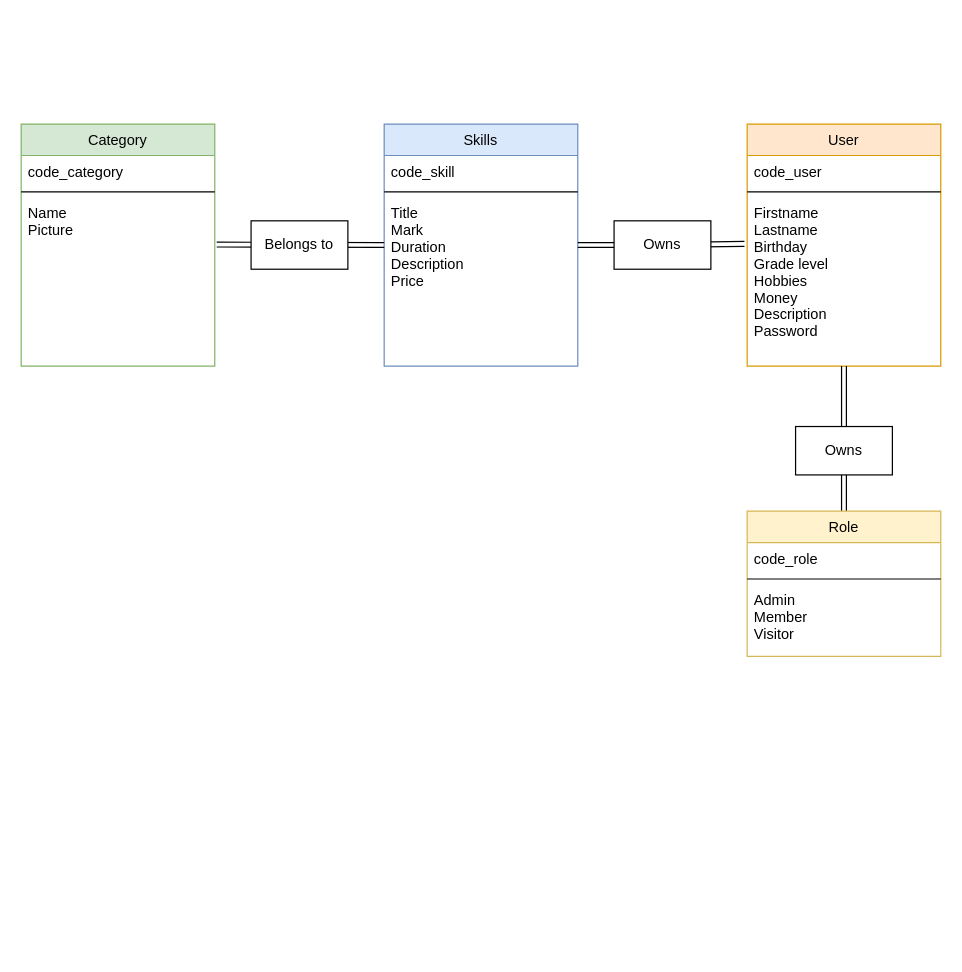
Above: SkillSwap MCD.drawio in MichaelKrakowiak/Draw.io (draw.io), before the change. Source tidied: cells renumbered, new cells numbered last; positions are measured from the earlier drawing's top-left corner, leaving out a move shared by most shapes. Both pictures are drawn from the tidied source at 121%, with x=0, y=0 at pixel (21, 123).
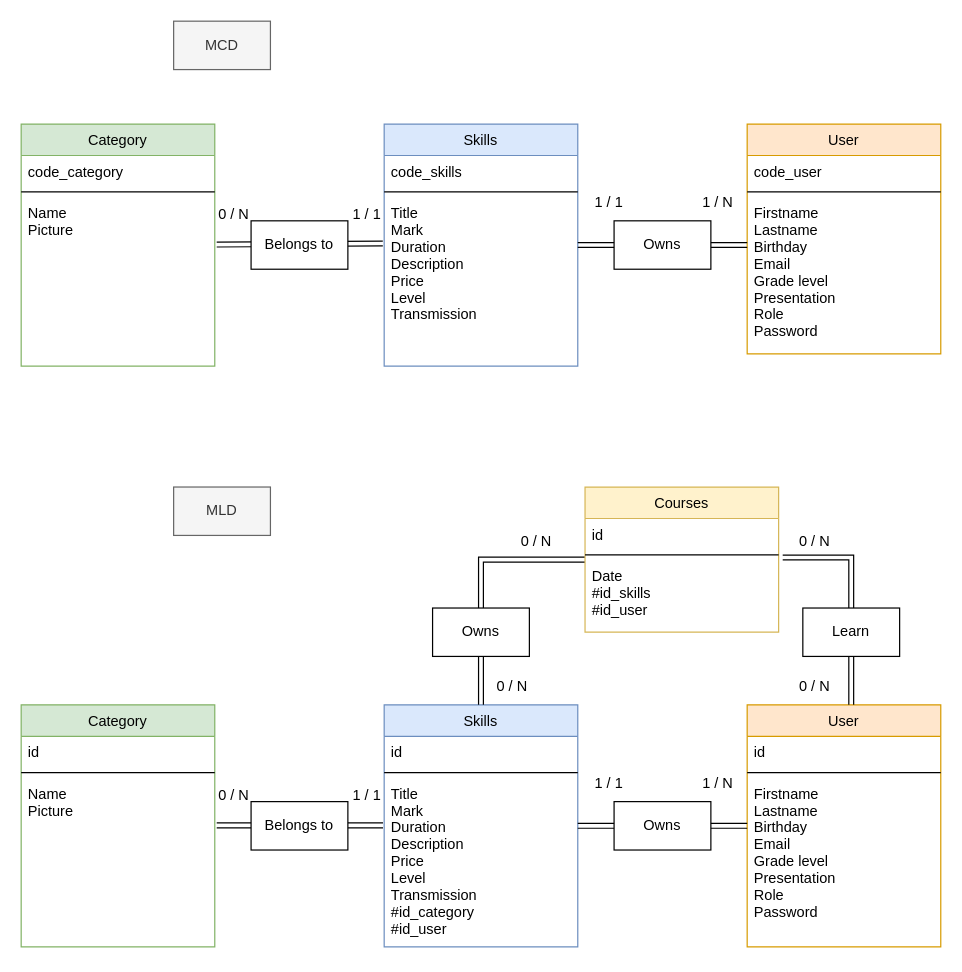
The same page after the edit.

Commit message:
Mettre à jour SkillSwap MCD/MLD.drawio

The change refers to these unchanged cells:
```xml
<mxCell id="2" value="Skills" style="swimlane;fontStyle=0;align=center;verticalAlign=top;horizontal=1;startSize=26;rounded=0;shadow=0;strokeWidth=1;fillColor=#dae8fc;strokeColor=#6c8ebf;" parent="1" vertex="1">
  <mxGeometry x="300" width="160" height="200" as="geometry" />
</mxCell>
<mxCell id="18" value="Name&#10;Picture" style="text;align=left;verticalAlign=top;spacingLeft=4;spacingRight=4;overflow=hidden;points=[[0,0.5],[1,0.5]];portConstraint=eastwest;" parent="15" vertex="1">
  <mxGeometry y="60" width="160" height="140" as="geometry" />
</mxCell>
```

Change to the diagram source:
```diff
@@
-    <mxCell id="3" value="code_skill" style="text;align=left;verticalAlign=top;spacingLeft=4;spacingRight=4;overflow=hidden;" parent="2" vertex="1">
+    <mxCell id="3" value="code_skills" style="text;align=left;verticalAlign=top;spacingLeft=4;spacingRight=4;overflow=hidden;" parent="2" vertex="1">
       <mxGeometry y="26" width="160" height="26" as="geometry" />
     </mxCell>
@@
-    <mxCell id="5" value="Title&#10;Mark&#10;Duration&#10;Description&#10;Price" style="text;align=left;verticalAlign=top;spacingLeft=4;spacingRight=4;overflow=hidden;points=[[0,0.5],[1,0.5]];portConstraint=eastwest;" parent="2" vertex="1">
-      <mxGeometry y="60" width="160" height="80" as="geometry" />
+    <mxCell id="5" value="Title&#10;Mark&#10;Duration&#10;Description&#10;Price&#10;Level&#10;Transmission" style="text;align=left;verticalAlign=top;spacingLeft=4;spacingRight=4;overflow=hidden;points=[[0,0.5],[1,0.5]];portConstraint=eastwest;" parent="2" vertex="1">
+      <mxGeometry y="60" width="160" height="120" as="geometry" />
     </mxCell>
     <mxCell id="6" value="User" style="swimlane;fontStyle=0;align=center;verticalAlign=top;horizontal=1;startSize=26;rounded=0;shadow=0;strokeWidth=1;fillColor=#ffe6cc;strokeColor=#d79b00;" parent="1" vertex="1">
-      <mxGeometry x="600" width="160" height="200" as="geometry" />
+      <mxGeometry x="600" width="160" height="190" as="geometry" />
     </mxCell>
@@
-    <mxCell id="9" value="Firstname&#10;Lastname&#10;Birthday&#10;Grade level&#10;Hobbies&#10;Money&#10;Description&#10;Password" style="text;align=left;verticalAlign=top;spacingLeft=4;spacingRight=4;overflow=hidden;points=[[0,0.5],[1,0.5]];portConstraint=eastwest;" parent="6" vertex="1">
-      <mxGeometry y="60" width="160" height="140" as="geometry" />
+    <mxCell id="9" value="Firstname&#10;Lastname&#10;Birthday&#10;Email&#10;Grade level&#10;Presentation&#10;Role&#10;Password" style="text;align=left;verticalAlign=top;spacingLeft=4;spacingRight=4;overflow=hidden;points=[[0,0.5],[1,0.5]];portConstraint=eastwest;" parent="6" vertex="1">
+      <mxGeometry y="60" width="160" height="120" as="geometry" />
     </mxCell>
-    <mxCell id="10" style="edgeStyle=none;rounded=0;jettySize=auto;html=1;shape=link;" parent="1" edge="1" source="11" target="9">
-      <mxGeometry relative="1" as="geometry" />
-    </mxCell>
-    <mxCell id="11" value="Role" style="swimlane;fontStyle=0;align=center;verticalAlign=top;horizontal=1;startSize=26;rounded=0;shadow=0;strokeWidth=1;fillColor=#fff2cc;strokeColor=#d6b656;" parent="1" vertex="1">
-      <mxGeometry x="600" y="320" width="160" height="120" as="geometry" />
-    </mxCell>
-    <mxCell id="12" value="code_role" style="text;align=left;verticalAlign=top;spacingLeft=4;spacingRight=4;overflow=hidden;" parent="11" vertex="1">
-      <mxGeometry y="26" width="160" height="26" as="geometry" />
-    </mxCell>
-    <mxCell id="13" style="line;html=1;strokeWidth=1;align=left;verticalAlign=middle;spacingTop=-1;spacingLeft=3;spacingRight=3;labelPosition=right;" parent="11" vertex="1">
-      <mxGeometry y="52" width="160" height="8" as="geometry" />
-    </mxCell>
-    <mxCell id="14" value="Admin&#10;Member&#10;Visitor" style="text;align=left;verticalAlign=top;spacingLeft=4;spacingRight=4;overflow=hidden;" parent="11" vertex="1">
-      <mxGeometry y="60" width="160" height="60" as="geometry" />
-    </mxCell>
@@
-    <mxCell id="19" style="edgeStyle=none;rounded=0;jettySize=auto;html=1;shape=link;entryX=0;entryY=0.5;entryDx=0;entryDy=0;exitX=1.01;exitY=0.283;exitDx=0;exitDy=0;exitPerimeter=0;" parent="1" edge="1" source="18" target="5">
+    <mxCell id="19" style="edgeStyle=none;rounded=0;jettySize=auto;html=1;shape=link;entryX=-0.007;entryY=0.323;entryDx=0;entryDy=0;exitX=1.01;exitY=0.283;exitDx=0;exitDy=0;exitPerimeter=0;entryPerimeter=0;" parent="1" edge="1" source="18" target="5">
       <mxGeometry relative="1" as="geometry" />
     </mxCell>
@@
-    <mxCell id="21" value="Owns" style="rounded=0;whiteSpace=wrap;html=1;" parent="1" vertex="1">
-      <mxGeometry x="640" y="250" width="80" height="40" as="geometry" />
-    </mxCell>
-    <mxCell id="22" style="edgeStyle=orthogonalEdgeStyle;rounded=0;jettySize=auto;html=1;entryX=-0.014;entryY=0.279;entryDx=0;entryDy=0;entryPerimeter=0;shape=link;" parent="1" edge="1" source="2" target="9">
-      <mxGeometry relative="1" as="geometry" />
+    <mxCell id="22" style="edgeStyle=orthogonalEdgeStyle;rounded=0;jettySize=auto;html=1;shape=link;" parent="1" edge="1" source="2">
+      <mxGeometry relative="1" as="geometry">
+        <mxPoint x="600" y="100" as="targetPoint" />
+        <Array as="points">
+          <mxPoint x="598" y="100" />
+        </Array>
+      </mxGeometry>
     </mxCell>
@@
+    <mxCell id="24" value="0 / N" style="text;strokeColor=none;align=center;fillColor=none;html=1;verticalAlign=middle;whiteSpace=wrap;rounded=0;" parent="1" vertex="1">
+      <mxGeometry x="146" y="60" width="60" height="30" as="geometry" />
+    </mxCell>
+    <mxCell id="25" value="1 / 1" style="text;strokeColor=none;align=center;fillColor=none;html=1;verticalAlign=middle;whiteSpace=wrap;rounded=0;" parent="1" vertex="1">
+      <mxGeometry x="256" y="60" width="60" height="30" as="geometry" />
+    </mxCell>
+    <mxCell id="26" value="1 / N" style="text;strokeColor=none;align=center;fillColor=none;html=1;verticalAlign=middle;whiteSpace=wrap;rounded=0;" parent="1" vertex="1">
+      <mxGeometry x="546" y="50" width="60" height="30" as="geometry" />
+    </mxCell>
+    <mxCell id="27" value="1 / 1" style="text;strokeColor=none;align=center;fillColor=none;html=1;verticalAlign=middle;whiteSpace=wrap;rounded=0;" parent="1" vertex="1">
+      <mxGeometry x="456" y="50" width="60" height="30" as="geometry" />
+    </mxCell>
+    <mxCell id="28" value="Skills" style="swimlane;fontStyle=0;align=center;verticalAlign=top;horizontal=1;startSize=26;rounded=0;shadow=0;strokeWidth=1;fillColor=#dae8fc;strokeColor=#6c8ebf;" parent="1" vertex="1">
+      <mxGeometry x="300" y="480" width="160" height="200" as="geometry" />
+    </mxCell>
+    <mxCell id="29" value="id" style="text;align=left;verticalAlign=top;spacingLeft=4;spacingRight=4;overflow=hidden;" parent="28" vertex="1">
+      <mxGeometry y="26" width="160" height="26" as="geometry" />
+    </mxCell>
+    <mxCell id="30" style="line;html=1;strokeWidth=1;align=left;verticalAlign=middle;spacingTop=-1;spacingLeft=3;spacingRight=3;labelPosition=right;" parent="28" vertex="1">
+      <mxGeometry y="52" width="160" height="8" as="geometry" />
+    </mxCell>
+    <mxCell id="31" value="Title&#10;Mark&#10;Duration&#10;Description&#10;Price&#10;Level&#10;Transmission&#10;#id_category&#10;#id_user" style="text;align=left;verticalAlign=top;spacingLeft=4;spacingRight=4;overflow=hidden;points=[[0,0.5],[1,0.5]];portConstraint=eastwest;" parent="28" vertex="1">
+      <mxGeometry y="60" width="160" height="140" as="geometry" />
+    </mxCell>
+    <mxCell id="32" value="User" style="swimlane;fontStyle=0;align=center;verticalAlign=top;horizontal=1;startSize=26;rounded=0;shadow=0;strokeWidth=1;fillColor=#ffe6cc;strokeColor=#d79b00;" parent="1" vertex="1">
+      <mxGeometry x="600" y="480" width="160" height="200" as="geometry" />
+    </mxCell>
+    <mxCell id="33" value="id" style="text;align=left;verticalAlign=top;spacingLeft=4;spacingRight=4;overflow=hidden;" parent="32" vertex="1">
+      <mxGeometry y="26" width="160" height="26" as="geometry" />
+    </mxCell>
+    <mxCell id="34" style="line;html=1;strokeWidth=1;align=left;verticalAlign=middle;spacingTop=-1;spacingLeft=3;spacingRight=3;labelPosition=right;" parent="32" vertex="1">
+      <mxGeometry y="52" width="160" height="8" as="geometry" />
+    </mxCell>
+    <mxCell id="35" value="Firstname&#10;Lastname&#10;Birthday&#10;Email&#10;Grade level&#10;Presentation&#10;Role&#10;Password" style="text;align=left;verticalAlign=top;spacingLeft=4;spacingRight=4;overflow=hidden;" parent="32" vertex="1">
+      <mxGeometry y="60" width="160" height="120" as="geometry" />
+    </mxCell>
+    <mxCell id="36" value="Category" style="swimlane;fontStyle=0;align=center;verticalAlign=top;horizontal=1;startSize=26;rounded=0;shadow=0;strokeWidth=1;fillColor=#d5e8d4;strokeColor=#82b366;" parent="1" vertex="1">
+      <mxGeometry y="480" width="160" height="200" as="geometry" />
+    </mxCell>
+    <mxCell id="37" value="id" style="text;align=left;verticalAlign=top;spacingLeft=4;spacingRight=4;overflow=hidden;" parent="36" vertex="1">
+      <mxGeometry y="26" width="160" height="26" as="geometry" />
+    </mxCell>
+    <mxCell id="38" style="line;html=1;strokeWidth=1;align=left;verticalAlign=middle;spacingTop=-1;spacingLeft=3;spacingRight=3;labelPosition=right;" parent="36" vertex="1">
+      <mxGeometry y="52" width="160" height="8" as="geometry" />
+    </mxCell>
+    <mxCell id="39" value="Name&#10;Picture" style="text;align=left;verticalAlign=top;spacingLeft=4;spacingRight=4;overflow=hidden;points=[[0,0.5],[1,0.5]];portConstraint=eastwest;" parent="36" vertex="1">
+      <mxGeometry y="60" width="160" height="140" as="geometry" />
+    </mxCell>
+    <mxCell id="40" style="edgeStyle=none;rounded=0;jettySize=auto;html=1;shape=link;entryX=-0.006;entryY=0.283;entryDx=0;entryDy=0;exitX=1.01;exitY=0.283;exitDx=0;exitDy=0;exitPerimeter=0;entryPerimeter=0;" parent="1" edge="1" source="39" target="31">
+      <mxGeometry relative="1" as="geometry" />
+    </mxCell>
+    <mxCell id="41" value="Belongs to" style="rounded=0;whiteSpace=wrap;html=1;" parent="1" vertex="1">
+      <mxGeometry x="190" y="560" width="80" height="40" as="geometry" />
+    </mxCell>
+    <mxCell id="42" style="edgeStyle=orthogonalEdgeStyle;rounded=0;jettySize=auto;html=1;shape=link;" parent="1" edge="1" source="28">
+      <mxGeometry relative="1" as="geometry">
+        <mxPoint x="600" y="580" as="targetPoint" />
+        <Array as="points">
+          <mxPoint x="598" y="580" />
+        </Array>
+      </mxGeometry>
+    </mxCell>
+    <mxCell id="43" value="Owns" style="rounded=0;whiteSpace=wrap;html=1;" parent="1" vertex="1">
+      <mxGeometry x="490" y="560" width="80" height="40" as="geometry" />
+    </mxCell>
+    <mxCell id="44" style="edgeStyle=orthogonalEdgeStyle;rounded=0;jettySize=auto;html=1;shape=link;" parent="1" edge="1" source="45">
+      <mxGeometry relative="1" as="geometry">
+        <mxPoint x="380" y="480" as="targetPoint" />
+        <Array as="points">
+          <mxPoint x="380" y="460" />
+          <mxPoint x="380" y="460" />
+        </Array>
+      </mxGeometry>
+    </mxCell>
+    <mxCell id="45" value="Courses" style="swimlane;fontStyle=0;align=center;verticalAlign=top;horizontal=1;startSize=26;rounded=0;shadow=0;strokeWidth=1;fillColor=#fff2cc;strokeColor=#d6b656;" parent="1" vertex="1">
+      <mxGeometry x="466" y="300" width="160" height="120" as="geometry" />
+    </mxCell>
+    <mxCell id="46" value="id" style="text;align=left;verticalAlign=top;spacingLeft=4;spacingRight=4;overflow=hidden;" parent="45" vertex="1">
+      <mxGeometry y="26" width="160" height="26" as="geometry" />
+    </mxCell>
+    <mxCell id="47" style="line;html=1;strokeWidth=1;align=left;verticalAlign=middle;spacingTop=-1;spacingLeft=3;spacingRight=3;labelPosition=right;" parent="45" vertex="1">
+      <mxGeometry y="52" width="160" height="8" as="geometry" />
+    </mxCell>
+    <mxCell id="48" value="Date&#10;#id_skills&#10;#id_user" style="text;align=left;verticalAlign=top;spacingLeft=4;spacingRight=4;overflow=hidden;points=[[0,0.5],[1,0.5]];portConstraint=eastwest;" parent="45" vertex="1">
+      <mxGeometry y="60" width="160" height="60" as="geometry" />
+    </mxCell>
+    <mxCell id="49" value="Owns" style="rounded=0;whiteSpace=wrap;html=1;" parent="1" vertex="1">
+      <mxGeometry x="340" y="400" width="80" height="40" as="geometry" />
+    </mxCell>
+    <mxCell id="50" style="edgeStyle=orthogonalEdgeStyle;rounded=0;jettySize=auto;html=1;shape=link;exitX=1.021;exitY=-0.03;exitDx=0;exitDy=0;exitPerimeter=0;" parent="1" edge="1" source="48">
+      <mxGeometry relative="1" as="geometry">
+        <mxPoint x="686" y="480" as="targetPoint" />
+        <Array as="points">
+          <mxPoint x="686" y="358" />
+        </Array>
+      </mxGeometry>
+    </mxCell>
+    <mxCell id="51" value="Learn" style="rounded=0;whiteSpace=wrap;html=1;" parent="1" vertex="1">
+      <mxGeometry x="646" y="400" width="80" height="40" as="geometry" />
+    </mxCell>
+    <mxCell id="52" value="0 / N" style="text;strokeColor=none;align=center;fillColor=none;html=1;verticalAlign=middle;whiteSpace=wrap;rounded=0;" parent="1" vertex="1">
+      <mxGeometry x="146" y="540" width="60" height="30" as="geometry" />
+    </mxCell>
+    <mxCell id="53" value="1 / 1" style="text;strokeColor=none;align=center;fillColor=none;html=1;verticalAlign=middle;whiteSpace=wrap;rounded=0;" parent="1" vertex="1">
+      <mxGeometry x="256" y="540" width="60" height="30" as="geometry" />
+    </mxCell>
+    <mxCell id="54" value="1 / N" style="text;strokeColor=none;align=center;fillColor=none;html=1;verticalAlign=middle;whiteSpace=wrap;rounded=0;" parent="1" vertex="1">
+      <mxGeometry x="546" y="530" width="60" height="30" as="geometry" />
+    </mxCell>
+    <mxCell id="55" value="1 / 1" style="text;strokeColor=none;align=center;fillColor=none;html=1;verticalAlign=middle;whiteSpace=wrap;rounded=0;" parent="1" vertex="1">
+      <mxGeometry x="456" y="530" width="60" height="30" as="geometry" />
+    </mxCell>
+    <mxCell id="56" value="0 / N" style="text;strokeColor=none;align=center;fillColor=none;html=1;verticalAlign=middle;whiteSpace=wrap;rounded=0;" parent="1" vertex="1">
+      <mxGeometry x="376" y="450" width="60" height="30" as="geometry" />
+    </mxCell>
+    <mxCell id="57" value="0 / N" style="text;strokeColor=none;align=center;fillColor=none;html=1;verticalAlign=middle;whiteSpace=wrap;rounded=0;" parent="1" vertex="1">
+      <mxGeometry x="626" y="450" width="60" height="30" as="geometry" />
+    </mxCell>
+    <mxCell id="58" value="0 / N" style="text;strokeColor=none;align=center;fillColor=none;html=1;verticalAlign=middle;whiteSpace=wrap;rounded=0;" parent="1" vertex="1">
+      <mxGeometry x="626" y="330" width="60" height="30" as="geometry" />
+    </mxCell>
+    <mxCell id="59" value="0 / N" style="text;strokeColor=none;align=center;fillColor=none;html=1;verticalAlign=middle;whiteSpace=wrap;rounded=0;" parent="1" vertex="1">
+      <mxGeometry x="396" y="330" width="60" height="30" as="geometry" />
+    </mxCell>
+    <mxCell id="60" value="MCD" style="text;strokeColor=#666666;align=center;fillColor=#f5f5f5;html=1;verticalAlign=middle;whiteSpace=wrap;rounded=0;fontColor=#333333;" parent="1" vertex="1">
+      <mxGeometry x="126" y="-85" width="80" height="40" as="geometry" />
+    </mxCell>
+    <mxCell id="61" value="MLD" style="text;strokeColor=#666666;align=center;fillColor=#f5f5f5;html=1;verticalAlign=middle;whiteSpace=wrap;rounded=0;fontColor=#333333;" parent="1" vertex="1">
+      <mxGeometry x="126" y="300" width="80" height="40" as="geometry" />
+    </mxCell>
```
